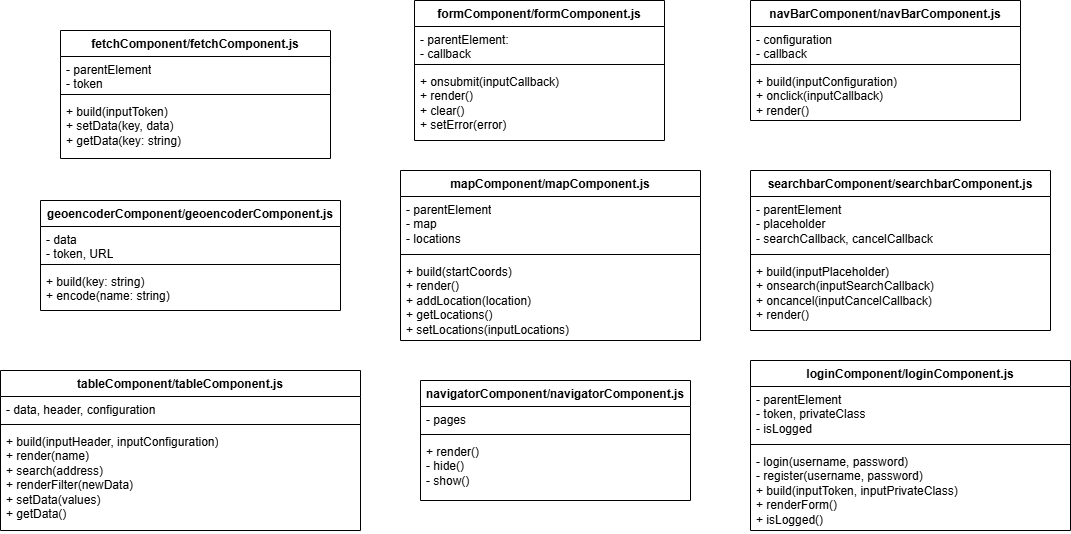
The draw.io diagram docs/UML/POI_componenti.png in Fix-22/5C_AvvedutoCecireCinquetti_POI, before a commit. Source tidied: cells renumbered, new cells last; positions are measured from the earlier drawing's top-left corner, leaving out a move shared by most shapes.
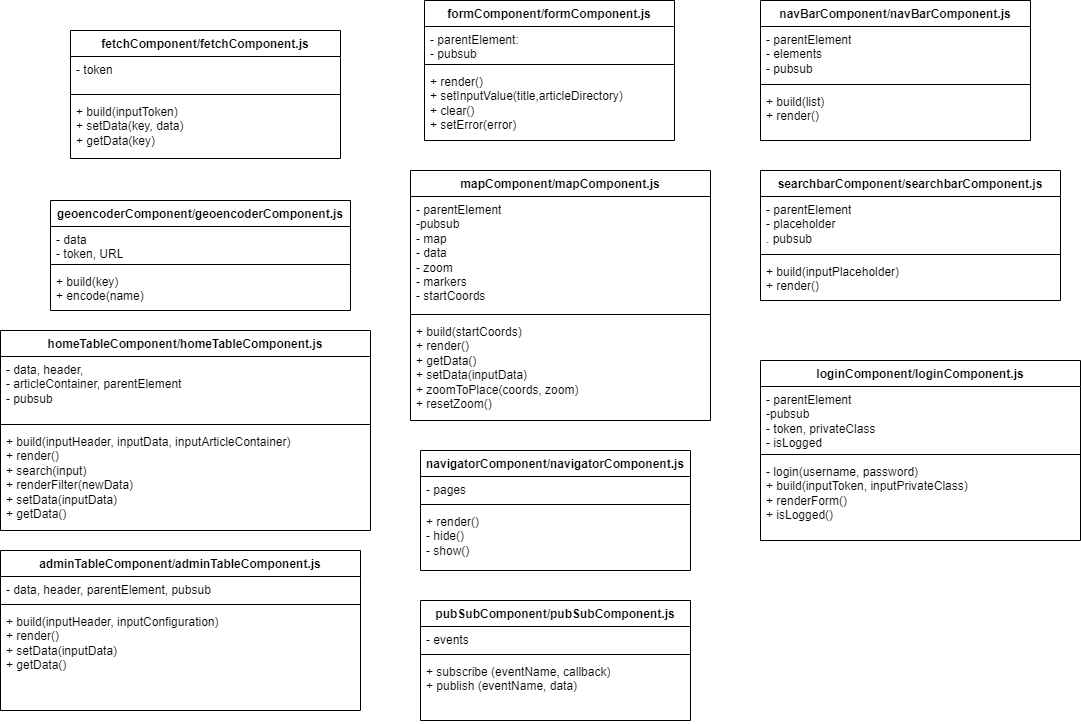
After the change.

Commit message:
final change of UML components

The edit, as a diff of the source:
```diff
@@ -5,25 +5,25 @@
     <mxCell id="2" value="fetchComponent/fetchComponent.js" style="swimlane;fontStyle=1;align=center;verticalAlign=top;horizontal=1;startSize=26;whiteSpace=wrap;html=1;" parent="1" vertex="1">
       <mxGeometry x="60" y="30" width="270" height="128" as="geometry" />
     </mxCell>
-    <mxCell id="3" value="&lt;div&gt;- parentElement&lt;/div&gt;- token" style="text;strokeColor=none;fillColor=none;align=left;verticalAlign=top;spacingLeft=4;spacingRight=4;overflow=hidden;whiteSpace=wrap;html=1;" parent="2" vertex="1">
+    <mxCell id="3" value="&lt;div&gt;&lt;span style=&quot;background-color: transparent; color: light-dark(rgb(0, 0, 0), rgb(255, 255, 255));&quot;&gt;- token&lt;/span&gt;&lt;/div&gt;" style="text;strokeColor=none;fillColor=none;align=left;verticalAlign=top;spacingLeft=4;spacingRight=4;overflow=hidden;whiteSpace=wrap;html=1;" parent="2" vertex="1">
       <mxGeometry y="26" width="270" height="34" as="geometry" />
     </mxCell>
     <mxCell id="4" style="line;strokeWidth=1;fillColor=none;align=left;verticalAlign=middle;spacingTop=-1;spacingLeft=3;spacingRight=3;labelPosition=right;strokeColor=inherit;" parent="2" vertex="1">
       <mxGeometry y="60" width="270" height="8" as="geometry" />
     </mxCell>
-    <mxCell id="5" value="+ build(inputToken)&lt;div&gt;+ setData(key, data)&lt;/div&gt;&lt;div&gt;&lt;div&gt;+ getData(key: string)&lt;/div&gt;&lt;/div&gt;" style="text;strokeColor=none;fillColor=none;align=left;verticalAlign=top;spacingLeft=4;spacingRight=4;overflow=hidden;whiteSpace=wrap;html=1;" parent="2" vertex="1">
+    <mxCell id="5" value="+ build(inputToken)&lt;div&gt;+ setData(key, data)&lt;/div&gt;&lt;div&gt;&lt;div&gt;+ getData(key)&lt;/div&gt;&lt;/div&gt;" style="text;strokeColor=none;fillColor=none;align=left;verticalAlign=top;spacingLeft=4;spacingRight=4;overflow=hidden;whiteSpace=wrap;html=1;" parent="2" vertex="1">
       <mxGeometry y="68" width="270" height="60" as="geometry" />
     </mxCell>
     <mxCell id="6" value="formComponent/formComponent.js" style="swimlane;fontStyle=1;align=center;verticalAlign=top;horizontal=1;startSize=26;whiteSpace=wrap;html=1;" parent="1" vertex="1">
       <mxGeometry x="414" width="250" height="140" as="geometry" />
     </mxCell>
-    <mxCell id="7" value="&lt;div&gt;- parentElement:&lt;/div&gt;- callback" style="text;strokeColor=none;fillColor=none;align=left;verticalAlign=top;spacingLeft=4;spacingRight=4;overflow=hidden;whiteSpace=wrap;html=1;" parent="6" vertex="1">
+    <mxCell id="7" value="&lt;div&gt;- parentElement:&lt;/div&gt;- pubsub" style="text;strokeColor=none;fillColor=none;align=left;verticalAlign=top;spacingLeft=4;spacingRight=4;overflow=hidden;whiteSpace=wrap;html=1;" parent="6" vertex="1">
       <mxGeometry y="26" width="250" height="34" as="geometry" />
     </mxCell>
     <mxCell id="8" style="line;strokeWidth=1;fillColor=none;align=left;verticalAlign=middle;spacingTop=-1;spacingLeft=3;spacingRight=3;labelPosition=right;strokeColor=inherit;" parent="6" vertex="1">
       <mxGeometry y="60" width="250" height="8" as="geometry" />
     </mxCell>
-    <mxCell id="9" value="&lt;div&gt;+ onsubmit(inputCallback)&lt;/div&gt;&lt;div&gt;&lt;div&gt;+ render()&lt;/div&gt;&lt;/div&gt;&lt;div&gt;+ clear()&lt;/div&gt;&lt;div&gt;+ setError(error)&lt;/div&gt;" style="text;strokeColor=none;fillColor=none;align=left;verticalAlign=top;spacingLeft=4;spacingRight=4;overflow=hidden;whiteSpace=wrap;html=1;" parent="6" vertex="1">
+    <mxCell id="9" value="&lt;div&gt;&lt;span style=&quot;background-color: transparent; color: light-dark(rgb(0, 0, 0), rgb(255, 255, 255));&quot;&gt;+ render()&lt;/span&gt;&lt;/div&gt;&lt;div&gt;&lt;span style=&quot;background-color: transparent; color: light-dark(rgb(0, 0, 0), rgb(255, 255, 255));&quot;&gt;+ setInputValue(title,articleDirectory)&lt;/span&gt;&lt;/div&gt;&lt;div&gt;+ clear()&lt;/div&gt;&lt;div&gt;+ setError(error)&lt;/div&gt;" style="text;strokeColor=none;fillColor=none;align=left;verticalAlign=top;spacingLeft=4;spacingRight=4;overflow=hidden;whiteSpace=wrap;html=1;" parent="6" vertex="1">
       <mxGeometry y="68" width="250" height="72" as="geometry" />
     </mxCell>
     <mxCell id="10" value="geoencoderComponent/geoencoderComponent.js" style="swimlane;fontStyle=1;align=center;verticalAlign=top;horizontal=1;startSize=26;whiteSpace=wrap;html=1;" parent="1" vertex="1">
@@ -35,59 +35,59 @@
     <mxCell id="12" style="line;strokeWidth=1;fillColor=none;align=left;verticalAlign=middle;spacingTop=-1;spacingLeft=3;spacingRight=3;labelPosition=right;strokeColor=inherit;" parent="10" vertex="1">
       <mxGeometry y="60" width="300" height="8" as="geometry" />
     </mxCell>
-    <mxCell id="13" value="&lt;div&gt;+ build(key: string)&lt;/div&gt;&lt;div&gt;+ encode(name: string)&lt;/div&gt;" style="text;strokeColor=none;fillColor=none;align=left;verticalAlign=top;spacingLeft=4;spacingRight=4;overflow=hidden;whiteSpace=wrap;html=1;" parent="10" vertex="1">
+    <mxCell id="13" value="&lt;div&gt;+ build(key)&lt;/div&gt;&lt;div&gt;+ encode(name)&lt;/div&gt;" style="text;strokeColor=none;fillColor=none;align=left;verticalAlign=top;spacingLeft=4;spacingRight=4;overflow=hidden;whiteSpace=wrap;html=1;" parent="10" vertex="1">
       <mxGeometry y="68" width="300" height="42" as="geometry" />
     </mxCell>
     <mxCell id="14" value="loginComponent/loginComponent.js" style="swimlane;fontStyle=1;align=center;verticalAlign=top;horizontal=1;startSize=26;whiteSpace=wrap;html=1;" parent="1" vertex="1">
-      <mxGeometry x="750" y="360" width="320" height="170" as="geometry" />
+      <mxGeometry x="750" y="360" width="320" height="180" as="geometry" />
     </mxCell>
-    <mxCell id="15" value="&lt;div&gt;- parentElement&lt;/div&gt;- token, privateClass&lt;div&gt;- isLogged&lt;/div&gt;" style="text;strokeColor=none;fillColor=none;align=left;verticalAlign=top;spacingLeft=4;spacingRight=4;overflow=hidden;whiteSpace=wrap;html=1;" parent="14" vertex="1">
-      <mxGeometry y="26" width="320" height="54" as="geometry" />
+    <mxCell id="15" value="&lt;div&gt;- parentElement&lt;/div&gt;&lt;div&gt;-pubsub&lt;/div&gt;- token, privateClass&lt;div&gt;- isLogged&lt;/div&gt;" style="text;strokeColor=none;fillColor=none;align=left;verticalAlign=top;spacingLeft=4;spacingRight=4;overflow=hidden;whiteSpace=wrap;html=1;" parent="14" vertex="1">
+      <mxGeometry y="26" width="320" height="64" as="geometry" />
     </mxCell>
     <mxCell id="16" style="line;strokeWidth=1;fillColor=none;align=left;verticalAlign=middle;spacingTop=-1;spacingLeft=3;spacingRight=3;labelPosition=right;strokeColor=inherit;" parent="14" vertex="1">
-      <mxGeometry y="80" width="320" height="8" as="geometry" />
+      <mxGeometry y="90" width="320" height="8" as="geometry" />
     </mxCell>
-    <mxCell id="17" value="&lt;div&gt;- login(username, password)&lt;/div&gt;&lt;div&gt;- register&lt;span style=&quot;background-color: initial;&quot;&gt;(username, password)&lt;/span&gt;&lt;/div&gt;+ build(inputToken, inputPrivateClass)&lt;div&gt;+ renderForm()&lt;/div&gt;&lt;div&gt;+ isLogged()&lt;/div&gt;" style="text;strokeColor=none;fillColor=none;align=left;verticalAlign=top;spacingLeft=4;spacingRight=4;overflow=hidden;whiteSpace=wrap;html=1;" parent="14" vertex="1">
-      <mxGeometry y="88" width="320" height="82" as="geometry" />
+    <mxCell id="17" value="&lt;div&gt;- login(username, password)&lt;/div&gt;+ build(inputToken, inputPrivateClass)&lt;div&gt;+ renderForm()&lt;/div&gt;&lt;div&gt;+ isLogged()&lt;/div&gt;" style="text;strokeColor=none;fillColor=none;align=left;verticalAlign=top;spacingLeft=4;spacingRight=4;overflow=hidden;whiteSpace=wrap;html=1;" parent="14" vertex="1">
+      <mxGeometry y="98" width="320" height="82" as="geometry" />
     </mxCell>
     <mxCell id="18" value="mapComponent/mapComponent.js" style="swimlane;fontStyle=1;align=center;verticalAlign=top;horizontal=1;startSize=26;whiteSpace=wrap;html=1;" parent="1" vertex="1">
-      <mxGeometry x="400" y="170" width="300" height="170" as="geometry" />
+      <mxGeometry x="400" y="170" width="300" height="250" as="geometry" />
     </mxCell>
-    <mxCell id="19" value="&lt;div&gt;-&amp;nbsp;&lt;span style=&quot;background-color: initial;&quot;&gt;parentElement&lt;/span&gt;&lt;/div&gt;&lt;div&gt;&lt;span style=&quot;background-color: initial;&quot;&gt;- map&lt;/span&gt;&lt;/div&gt;&lt;div&gt;&lt;span style=&quot;background-color: initial;&quot;&gt;- locations&lt;/span&gt;&lt;/div&gt;" style="text;strokeColor=none;fillColor=none;align=left;verticalAlign=top;spacingLeft=4;spacingRight=4;overflow=hidden;whiteSpace=wrap;html=1;" parent="18" vertex="1">
-      <mxGeometry y="26" width="300" height="54" as="geometry" />
+    <mxCell id="19" value="&lt;div&gt;-&amp;nbsp;&lt;span style=&quot;background-color: initial;&quot;&gt;parentElement&lt;/span&gt;&lt;/div&gt;&lt;div&gt;&lt;span style=&quot;background-color: initial;&quot;&gt;-pubsub&lt;/span&gt;&lt;/div&gt;&lt;div&gt;&lt;span style=&quot;background-color: initial;&quot;&gt;- map&lt;/span&gt;&lt;/div&gt;&lt;div&gt;&lt;span style=&quot;background-color: initial;&quot;&gt;- data&lt;/span&gt;&lt;/div&gt;&lt;div&gt;&lt;span style=&quot;background-color: initial;&quot;&gt;- zoom&lt;/span&gt;&lt;/div&gt;&lt;div&gt;&lt;span style=&quot;background-color: initial;&quot;&gt;- markers&lt;/span&gt;&lt;/div&gt;&lt;div&gt;&lt;span style=&quot;background-color: initial;&quot;&gt;- startCoords&lt;/span&gt;&lt;/div&gt;" style="text;strokeColor=none;fillColor=none;align=left;verticalAlign=top;spacingLeft=4;spacingRight=4;overflow=hidden;whiteSpace=wrap;html=1;" parent="18" vertex="1">
+      <mxGeometry y="26" width="300" height="114" as="geometry" />
     </mxCell>
     <mxCell id="20" style="line;strokeWidth=1;fillColor=none;align=left;verticalAlign=middle;spacingTop=-1;spacingLeft=3;spacingRight=3;labelPosition=right;strokeColor=inherit;" parent="18" vertex="1">
-      <mxGeometry y="80" width="300" height="8" as="geometry" />
+      <mxGeometry y="140" width="300" height="8" as="geometry" />
     </mxCell>
-    <mxCell id="21" value="&lt;div&gt;+ build(startCoords)&lt;/div&gt;&lt;div&gt;+ render()&lt;/div&gt;&lt;div&gt;+ addLocation(location)&lt;/div&gt;&lt;div&gt;+ getLocations()&lt;/div&gt;&lt;div&gt;+ setLocations(inputLocations)&lt;/div&gt;" style="text;strokeColor=none;fillColor=none;align=left;verticalAlign=top;spacingLeft=4;spacingRight=4;overflow=hidden;whiteSpace=wrap;html=1;" parent="18" vertex="1">
-      <mxGeometry y="88" width="300" height="82" as="geometry" />
+    <mxCell id="21" value="&lt;div&gt;+ build(startCoords)&lt;/div&gt;&lt;div&gt;+ render()&lt;/div&gt;&lt;div&gt;+ getData()&lt;/div&gt;&lt;div&gt;+ setData(inputData)&lt;/div&gt;&lt;div&gt;+ zoomToPlace(coords, zoom)&lt;/div&gt;&lt;div&gt;+ resetZoom()&lt;/div&gt;" style="text;strokeColor=none;fillColor=none;align=left;verticalAlign=top;spacingLeft=4;spacingRight=4;overflow=hidden;whiteSpace=wrap;html=1;" parent="18" vertex="1">
+      <mxGeometry y="148" width="300" height="102" as="geometry" />
     </mxCell>
     <mxCell id="22" value="searchbarComponent/searchbarComponent.js" style="swimlane;fontStyle=1;align=center;verticalAlign=top;horizontal=1;startSize=26;whiteSpace=wrap;html=1;" parent="1" vertex="1">
-      <mxGeometry x="750" y="170" width="300" height="160" as="geometry" />
+      <mxGeometry x="750" y="170" width="300" height="130" as="geometry" />
     </mxCell>
-    <mxCell id="23" value="&lt;div&gt;- parentElement&lt;/div&gt;&lt;div&gt;- placeholder&lt;/div&gt;- searchCallback, cancelCallback" style="text;strokeColor=none;fillColor=none;align=left;verticalAlign=top;spacingLeft=4;spacingRight=4;overflow=hidden;whiteSpace=wrap;html=1;" parent="22" vertex="1">
+    <mxCell id="23" value="&lt;div&gt;- parentElement&lt;/div&gt;&lt;div&gt;- placeholder&lt;/div&gt;&lt;div&gt;. pubsub&lt;/div&gt;" style="text;strokeColor=none;fillColor=none;align=left;verticalAlign=top;spacingLeft=4;spacingRight=4;overflow=hidden;whiteSpace=wrap;html=1;" parent="22" vertex="1">
       <mxGeometry y="26" width="300" height="54" as="geometry" />
     </mxCell>
     <mxCell id="24" style="line;strokeWidth=1;fillColor=none;align=left;verticalAlign=middle;spacingTop=-1;spacingLeft=3;spacingRight=3;labelPosition=right;strokeColor=inherit;" parent="22" vertex="1">
       <mxGeometry y="80" width="300" height="8" as="geometry" />
     </mxCell>
-    <mxCell id="25" value="&lt;div&gt;+ build(inputPlaceholder)&lt;/div&gt;&lt;div&gt;+ onsearch(inputSearchCallback)&lt;/div&gt;&lt;div&gt;+ oncancel(inputCancelCallback)&lt;/div&gt;&lt;div&gt;&lt;div&gt;+ render()&lt;/div&gt;&lt;/div&gt;" style="text;strokeColor=none;fillColor=none;align=left;verticalAlign=top;spacingLeft=4;spacingRight=4;overflow=hidden;whiteSpace=wrap;html=1;" parent="22" vertex="1">
-      <mxGeometry y="88" width="300" height="72" as="geometry" />
+    <mxCell id="25" value="&lt;div&gt;+ build(inputPlaceholder)&lt;/div&gt;&lt;div&gt;&lt;div&gt;+ render()&lt;/div&gt;&lt;/div&gt;" style="text;strokeColor=none;fillColor=none;align=left;verticalAlign=top;spacingLeft=4;spacingRight=4;overflow=hidden;whiteSpace=wrap;html=1;" parent="22" vertex="1">
+      <mxGeometry y="88" width="300" height="42" as="geometry" />
     </mxCell>
-    <mxCell id="26" value="tableComponent/tableComponent.js" style="swimlane;fontStyle=1;align=center;verticalAlign=top;horizontal=1;startSize=26;whiteSpace=wrap;html=1;" parent="1" vertex="1">
-      <mxGeometry y="370" width="360" height="160" as="geometry" />
+    <mxCell id="26" value="homeTableComponent/homeTableComponent.js" style="swimlane;fontStyle=1;align=center;verticalAlign=top;horizontal=1;startSize=26;whiteSpace=wrap;html=1;" parent="1" vertex="1">
+      <mxGeometry x="-10" y="330" width="370" height="200" as="geometry" />
     </mxCell>
-    <mxCell id="27" value="&lt;div&gt;- data, header, configuration&lt;/div&gt;" style="text;strokeColor=none;fillColor=none;align=left;verticalAlign=top;spacingLeft=4;spacingRight=4;overflow=hidden;whiteSpace=wrap;html=1;" parent="26" vertex="1">
-      <mxGeometry y="26" width="360" height="24" as="geometry" />
+    <mxCell id="27" value="&lt;div&gt;- data, header,&lt;/div&gt;&lt;div&gt;- articleContainer, parentElement&amp;nbsp;&lt;/div&gt;&lt;div&gt;- pubsub&lt;/div&gt;" style="text;strokeColor=none;fillColor=none;align=left;verticalAlign=top;spacingLeft=4;spacingRight=4;overflow=hidden;whiteSpace=wrap;html=1;" parent="26" vertex="1">
+      <mxGeometry y="26" width="370" height="64" as="geometry" />
     </mxCell>
     <mxCell id="28" style="line;strokeWidth=1;fillColor=none;align=left;verticalAlign=middle;spacingTop=-1;spacingLeft=3;spacingRight=3;labelPosition=right;strokeColor=inherit;" parent="26" vertex="1">
-      <mxGeometry y="50" width="360" height="8" as="geometry" />
+      <mxGeometry y="90" width="370" height="8" as="geometry" />
     </mxCell>
-    <mxCell id="29" value="&lt;div&gt;+ build(inputHeader, inputConfiguration)&lt;/div&gt;&lt;div&gt;+ render(name)&lt;/div&gt;&lt;div&gt;+ search(address)&lt;/div&gt;&lt;div&gt;+ renderFilter(newData)&lt;/div&gt;&lt;div&gt;+ setData(values)&lt;br&gt;+ getData()&lt;/div&gt;" style="text;strokeColor=none;fillColor=none;align=left;verticalAlign=top;spacingLeft=4;spacingRight=4;overflow=hidden;whiteSpace=wrap;html=1;" parent="26" vertex="1">
-      <mxGeometry y="58" width="360" height="102" as="geometry" />
+    <mxCell id="29" value="&lt;div&gt;+ build(inputHeader, inputData, inputArticleContainer)&lt;/div&gt;&lt;div&gt;+ render()&lt;/div&gt;&lt;div&gt;+ search(input)&lt;/div&gt;&lt;div&gt;+ renderFilter(newData)&lt;/div&gt;&lt;div&gt;+ setData(inputData)&lt;br&gt;+ getData()&lt;/div&gt;" style="text;strokeColor=none;fillColor=none;align=left;verticalAlign=top;spacingLeft=4;spacingRight=4;overflow=hidden;whiteSpace=wrap;html=1;" parent="26" vertex="1">
+      <mxGeometry y="98" width="370" height="102" as="geometry" />
     </mxCell>
     <mxCell id="30" value="navigatorComponent/navigatorComponent.js" style="swimlane;fontStyle=1;align=center;verticalAlign=top;horizontal=1;startSize=26;whiteSpace=wrap;html=1;" parent="1" vertex="1">
-      <mxGeometry x="420" y="380" width="270" height="120" as="geometry" />
+      <mxGeometry x="410" y="450" width="270" height="120" as="geometry" />
     </mxCell>
     <mxCell id="31" value="&lt;div&gt;&lt;span style=&quot;background-color: initial;&quot;&gt;- pages&lt;/span&gt;&lt;/div&gt;" style="text;strokeColor=none;fillColor=none;align=left;verticalAlign=top;spacingLeft=4;spacingRight=4;overflow=hidden;whiteSpace=wrap;html=1;" parent="30" vertex="1">
       <mxGeometry y="26" width="270" height="24" as="geometry" />
@@ -99,16 +99,40 @@
       <mxGeometry y="58" width="270" height="62" as="geometry" />
     </mxCell>
     <mxCell id="34" value="navBarComponent/navBarComponent.js" style="swimlane;fontStyle=1;align=center;verticalAlign=top;horizontal=1;startSize=26;whiteSpace=wrap;html=1;" parent="1" vertex="1">
-      <mxGeometry x="750" width="270" height="120" as="geometry" />
+      <mxGeometry x="750" width="270" height="140" as="geometry" />
     </mxCell>
-    <mxCell id="35" value="&lt;div&gt;- configuration&lt;/div&gt;- callback" style="text;strokeColor=none;fillColor=none;align=left;verticalAlign=top;spacingLeft=4;spacingRight=4;overflow=hidden;whiteSpace=wrap;html=1;" parent="34" vertex="1">
-      <mxGeometry y="26" width="270" height="34" as="geometry" />
+    <mxCell id="35" value="&lt;div&gt;- parentElement&lt;/div&gt;- elements&lt;div&gt;- pubsub&lt;/div&gt;" style="text;strokeColor=none;fillColor=none;align=left;verticalAlign=top;spacingLeft=4;spacingRight=4;overflow=hidden;whiteSpace=wrap;html=1;" parent="34" vertex="1">
+      <mxGeometry y="26" width="270" height="54" as="geometry" />
     </mxCell>
     <mxCell id="36" style="line;strokeWidth=1;fillColor=none;align=left;verticalAlign=middle;spacingTop=-1;spacingLeft=3;spacingRight=3;labelPosition=right;strokeColor=inherit;" parent="34" vertex="1">
-      <mxGeometry y="60" width="270" height="8" as="geometry" />
+      <mxGeometry y="80" width="270" height="8" as="geometry" />
     </mxCell>
-    <mxCell id="37" value="+ build(inputConfiguration)&lt;div&gt;+ onclick(inputCallback)&lt;/div&gt;&lt;div&gt;+ render()&lt;/div&gt;" style="text;strokeColor=none;fillColor=none;align=left;verticalAlign=top;spacingLeft=4;spacingRight=4;overflow=hidden;whiteSpace=wrap;html=1;" parent="34" vertex="1">
-      <mxGeometry y="68" width="270" height="52" as="geometry" />
+    <mxCell id="37" value="+ build(list)&lt;div&gt;+ render()&lt;/div&gt;" style="text;strokeColor=none;fillColor=none;align=left;verticalAlign=top;spacingLeft=4;spacingRight=4;overflow=hidden;whiteSpace=wrap;html=1;" parent="34" vertex="1">
+      <mxGeometry y="88" width="270" height="52" as="geometry" />
     </mxCell>
+    <mxCell id="38" value="adminTableComponent/adminTableComponent.js" style="swimlane;fontStyle=1;align=center;verticalAlign=top;horizontal=1;startSize=26;whiteSpace=wrap;html=1;" parent="1" vertex="1">
+      <mxGeometry x="-10" y="550" width="360" height="160" as="geometry" />
+    </mxCell>
+    <mxCell id="39" value="&lt;div&gt;- data, header, parentElement, pubsub&lt;/div&gt;" style="text;strokeColor=none;fillColor=none;align=left;verticalAlign=top;spacingLeft=4;spacingRight=4;overflow=hidden;whiteSpace=wrap;html=1;" parent="38" vertex="1">
+      <mxGeometry y="26" width="360" height="24" as="geometry" />
+    </mxCell>
+    <mxCell id="40" style="line;strokeWidth=1;fillColor=none;align=left;verticalAlign=middle;spacingTop=-1;spacingLeft=3;spacingRight=3;labelPosition=right;strokeColor=inherit;" parent="38" vertex="1">
+      <mxGeometry y="50" width="360" height="8" as="geometry" />
+    </mxCell>
+    <mxCell id="41" value="&lt;div&gt;+ build(inputHeader, inputConfiguration)&lt;/div&gt;&lt;div&gt;+ render()&lt;/div&gt;&lt;div&gt;+ setData(inputData)&lt;br&gt;+ getData()&lt;/div&gt;" style="text;strokeColor=none;fillColor=none;align=left;verticalAlign=top;spacingLeft=4;spacingRight=4;overflow=hidden;whiteSpace=wrap;html=1;" parent="38" vertex="1">
+      <mxGeometry y="58" width="360" height="102" as="geometry" />
+    </mxCell>
+    <mxCell id="42" value="pubSubComponent/pubSubComponent.js" style="swimlane;fontStyle=1;align=center;verticalAlign=top;horizontal=1;startSize=26;whiteSpace=wrap;html=1;" parent="1" vertex="1">
+      <mxGeometry x="410" y="600" width="270" height="120" as="geometry" />
+    </mxCell>
+    <mxCell id="43" value="- events" style="text;strokeColor=none;fillColor=none;align=left;verticalAlign=top;spacingLeft=4;spacingRight=4;overflow=hidden;whiteSpace=wrap;html=1;" parent="42" vertex="1">
+      <mxGeometry y="26" width="270" height="24" as="geometry" />
+    </mxCell>
+    <mxCell id="44" style="line;strokeWidth=1;fillColor=none;align=left;verticalAlign=middle;spacingTop=-1;spacingLeft=3;spacingRight=3;labelPosition=right;strokeColor=inherit;" parent="42" vertex="1">
+      <mxGeometry y="50" width="270" height="8" as="geometry" />
+    </mxCell>
+    <mxCell id="45" value="+ subscribe (eventName, callback)&lt;div&gt;+ publish (eventName, data)&lt;/div&gt;" style="text;strokeColor=none;fillColor=none;align=left;verticalAlign=top;spacingLeft=4;spacingRight=4;overflow=hidden;whiteSpace=wrap;html=1;" parent="42" vertex="1">
+      <mxGeometry y="58" width="270" height="62" as="geometry" />
+    </mxCell>
   </root>
 </mxGraphModel>
```
